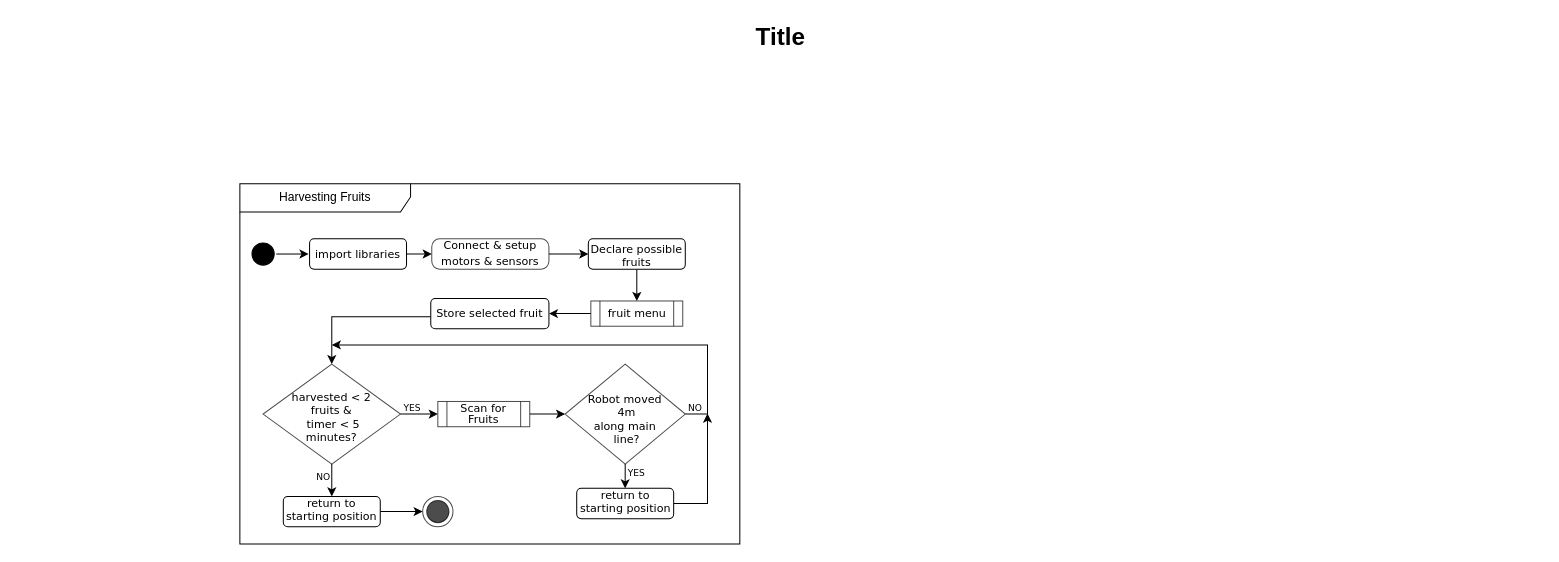
Ferlando/Fruta-Oes keeps this draw.io diagram as page "Page-1" (1 of 2) of 04_Project Report/Graphics/Visio/Fruta Oes.drawio. Above is the earlier version. Source tidied: cells renumbered, new cells numbered last; positions are measured from the earlier drawing's top-left corner, leaving out a move shared by most shapes. Both pictures are drawn from the tidied source at 101%, with x=0, y=0 at pixel (17, 17).
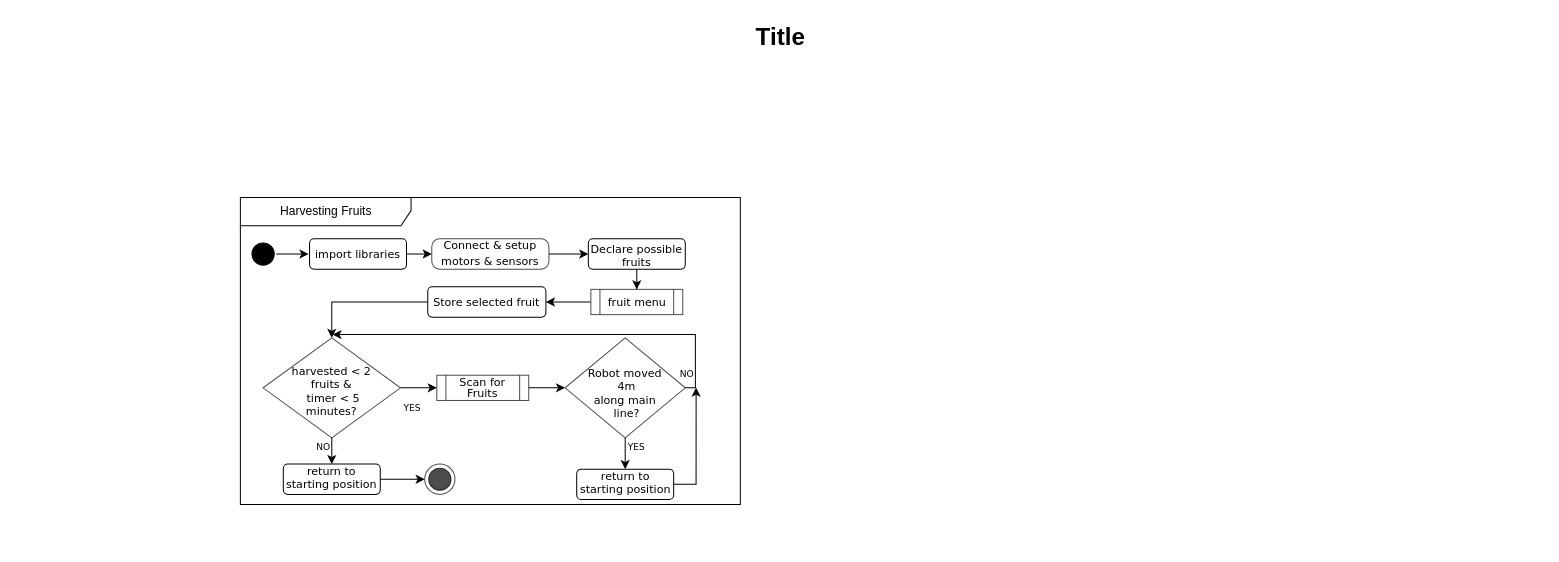
After the change.

What changed in the source:
```diff
@@
     <mxCell id="3" value="Harvesting Fruits " style="shape=umlFrame;whiteSpace=wrap;html=1;rounded=1;labelBackgroundColor=none;width=169;height=28;" parent="1" vertex="1">
-      <mxGeometry x="220" y="164.5" width="495" height="356.5" as="geometry" />
+      <mxGeometry x="220.5" y="178" width="495" height="304" as="geometry" />
     </mxCell>
@@
     <mxCell id="13" value="fruit menu" style="shape=process;whiteSpace=wrap;html=1;backgroundOutline=1;strokeColor=#000000;fontFamily=Verdana;fontSize=11;opacity=70;" parent="1" vertex="1">
-      <mxGeometry x="567.5" y="280.5" width="91" height="25" as="geometry" />
+      <mxGeometry x="567.5" y="269" width="91" height="25" as="geometry" />
     </mxCell>
     <mxCell id="14" style="edgeStyle=orthogonalEdgeStyle;rounded=0;jettySize=auto;html=1;fontFamily=Verdana;fontSize=11;endSize=6;entryX=0.5;entryY=0;entryDx=0;entryDy=0;" parent="1" edge="1" source="15" target="18">
       <mxGeometry relative="1" as="geometry">
         <Array as="points">
-          <mxPoint x="311" y="296" />
+          <mxPoint x="311" y="282" />
         </Array>
       </mxGeometry>
     </mxCell>
     <mxCell id="15" value="&lt;p style=&quot;line-height: 100%; font-size: 11px;&quot;&gt;Store selected fruit&lt;br&gt;&lt;/p&gt;" style="rounded=1;whiteSpace=wrap;html=1;fontFamily=Verdana;fontSize=19;" parent="1" vertex="1">
-      <mxGeometry x="409" y="278" width="117" height="30" as="geometry" />
+      <mxGeometry x="406" y="266.5" width="117" height="30" as="geometry" />
     </mxCell>
@@
     <mxCell id="18" value="&lt;div&gt;harvested &amp;lt; 2 &lt;br&gt;&lt;/div&gt;&lt;div&gt;fruits &amp;amp;&lt;/div&gt;&lt;div&gt;&amp;nbsp;timer &amp;lt; 5 &lt;br&gt;&lt;/div&gt;&lt;div&gt;minutes? &lt;/div&gt;" style="rhombus;whiteSpace=wrap;html=1;strokeColor=#000000;fontFamily=Verdana;fontSize=11;opacity=70;spacingBottom=-6;" parent="1" vertex="1">
-      <mxGeometry x="243" y="343" width="136" height="99" as="geometry" />
+      <mxGeometry x="243" y="317" width="136" height="99" as="geometry" />
     </mxCell>
@@
     <mxCell id="20" value="&lt;p style=&quot;line-height: 50%;&quot;&gt;&lt;font style=&quot;font-size: 11px;&quot;&gt;return to starting position&lt;/font&gt;&lt;br&gt;&lt;/p&gt;" style="rounded=1;whiteSpace=wrap;html=1;fontFamily=Verdana;fontSize=19;spacingBottom=6;" parent="1" vertex="1">
-      <mxGeometry x="263" y="474" width="96" height="30" as="geometry" />
+      <mxGeometry x="263" y="442" width="96" height="30" as="geometry" />
     </mxCell>
@@
     <mxCell id="22" value="&lt;p style=&quot;line-height: 100%;&quot;&gt;Scan for Fruits&lt;/p&gt;" style="shape=process;whiteSpace=wrap;html=1;backgroundOutline=1;strokeColor=#000000;fontFamily=Verdana;fontSize=11;opacity=70;spacingBottom=2;" parent="1" vertex="1">
-      <mxGeometry x="416" y="380" width="91" height="25" as="geometry" />
+      <mxGeometry x="415" y="354" width="91" height="25" as="geometry" />
     </mxCell>
     <mxCell id="23" style="ellipse;html=1;shape=endState;fillColor=#000000;strokeColor=#000000;fontFamily=Verdana;fontSize=11;opacity=70;" parent="1" vertex="1">
-      <mxGeometry x="401" y="474" width="30" height="30" as="geometry" />
+      <mxGeometry x="403" y="442" width="30" height="30" as="geometry" />
     </mxCell>
-    <mxCell id="24" style="edgeStyle=orthogonalEdgeStyle;rounded=0;jettySize=auto;html=1;fontFamily=Verdana;fontSize=11;endSize=6;entryX=0.65;entryY=0.731;entryDx=0;entryDy=0;entryPerimeter=0;" parent="1" edge="1" source="25" target="30">
+    <mxCell id="24" style="edgeStyle=orthogonalEdgeStyle;rounded=0;jettySize=auto;html=1;entryX=0.609;entryY=1.008;entryDx=0;entryDy=0;entryPerimeter=0;" parent="1" edge="1" source="25" target="30">
       <mxGeometry relative="1" as="geometry">
         <Array as="points">
-          <mxPoint x="683" y="481" />
+          <mxPoint x="672" y="462" />
         </Array>
       </mxGeometry>
     </mxCell>
     <mxCell id="25" value="&lt;p style=&quot;line-height: 50%;&quot;&gt;&lt;font style=&quot;font-size: 11px;&quot;&gt;return to starting position&lt;/font&gt;&lt;br&gt;&lt;/p&gt;" style="rounded=1;whiteSpace=wrap;html=1;fontFamily=Verdana;fontSize=19;spacingBottom=6;" parent="1" vertex="1">
-      <mxGeometry x="553.5" y="466" width="96" height="30" as="geometry" />
+      <mxGeometry x="553.5" y="447" width="96" height="30" as="geometry" />
     </mxCell>
@@
     <mxCell id="27" value="&lt;div&gt;Robot moved&lt;/div&gt;&lt;div&gt;&amp;nbsp;4m&lt;/div&gt;&lt;div&gt;along main&lt;/div&gt;&lt;div&gt;&amp;nbsp;line?&lt;br&gt;&lt;/div&gt;" style="rhombus;whiteSpace=wrap;html=1;strokeColor=#000000;fontFamily=Verdana;fontSize=11;opacity=70;spacingBottom=-10;" parent="1" vertex="1">
-      <mxGeometry x="542" y="343" width="119" height="99" as="geometry" />
+      <mxGeometry x="542" y="317" width="119" height="99" as="geometry" />
     </mxCell>
     <mxCell id="28" value="YES" style="text;align=center;fontStyle=0;verticalAlign=middle;spacingLeft=3;spacingRight=3;strokeColor=none;fontFamily=Verdana;fontSize=9;opacity=70;" parent="1" vertex="1">
-      <mxGeometry x="573" y="438" width="80" height="26" as="geometry" />
+      <mxGeometry x="573" y="412" width="80" height="26" as="geometry" />
     </mxCell>
-    <mxCell id="29" style="edgeStyle=orthogonalEdgeStyle;rounded=0;jettySize=auto;html=1;fontFamily=Verdana;fontSize=11;endSize=6;exitX=1;exitY=0.5;exitDx=0;exitDy=0;" parent="1" edge="1" source="27">
-      <mxGeometry relative="1" as="geometry">
-        <mxPoint x="311" y="324" as="targetPoint" />
-        <Array as="points">
-          <mxPoint x="683" y="392" />
-          <mxPoint x="683" y="324" />
-          <mxPoint x="313" y="324" />
-        </Array>
-      </mxGeometry>
-    </mxCell>
+    <mxCell id="33" style="edgeStyle=orthogonalEdgeStyle;rounded=0;jettySize=auto;html=1;exitX=1;exitY=0.5;exitDx=0;exitDy=0;" parent="1" edge="1" source="27">
+      <mxGeometry relative="1" as="geometry">
+        <mxPoint x="311.7" y="313.8" as="targetPoint" />
+        <Array as="points">
+          <mxPoint x="671" y="366" />
+          <mxPoint x="671" y="314" />
+        </Array>
+      </mxGeometry>
+    </mxCell>
     <mxCell id="30" value="NO" style="text;align=center;fontStyle=0;verticalAlign=middle;spacingLeft=3;spacingRight=3;strokeColor=none;points=[[0,0.5],[1,0.5]];portConstraint=eastwest;fontFamily=Verdana;fontSize=9;opacity=70;" parent="1" vertex="1">
-      <mxGeometry x="631" y="373" width="80" height="26" as="geometry" />
+      <mxGeometry x="623" y="340" width="80" height="26" as="geometry" />
     </mxCell>
@@
     <mxCell id="32" value="NO" style="text;align=center;fontStyle=0;verticalAlign=middle;spacingLeft=3;spacingRight=3;strokeColor=none;fontFamily=Verdana;fontSize=9;opacity=70;" parent="1" vertex="1">
-      <mxGeometry x="263" y="442" width="80" height="26" as="geometry" />
+      <mxGeometry x="263" y="412" width="80" height="26" as="geometry" />
     </mxCell>
```
